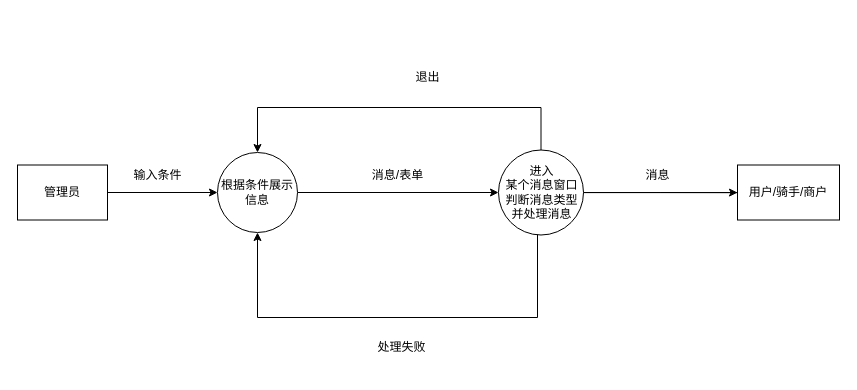
Before: page "管理员目标系统模型" (3 of 14) of Untitled Diagram.drawio in czely/czely.github.io, a draw.io diagram. Source tidied: cells renumbered, new cells numbered last; positions are measured from the earlier drawing's top-left corner, leaving out a move shared by most shapes. Both pictures are drawn from the tidied source at 100%, with x=0, y=0 at pixel (17, 67).
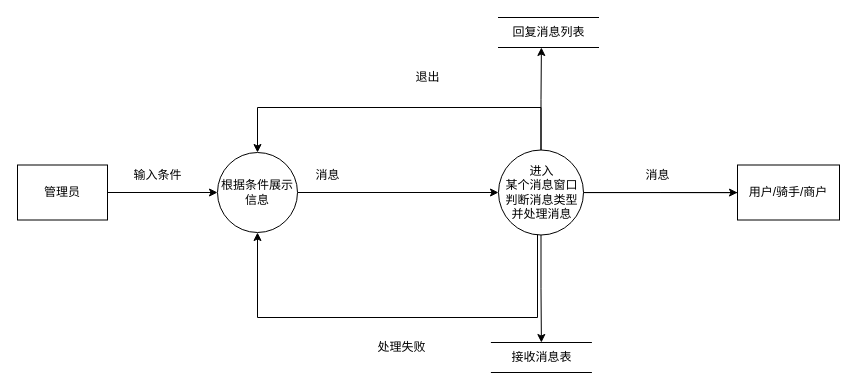
The same diagram, later.

The change refers to these unchanged cells:
```xml
<mxCell id="13" value="进入&lt;br&gt;某个消息窗口&lt;br&gt;判断消息类型&lt;br&gt;并处理消息" style="shape=ellipse;html=1;dashed=0;whitespace=wrap;perimeter=ellipsePerimeter;" parent="1" vertex="1">
  <mxGeometry x="481" y="82.5" width="85" height="85" as="geometry" />
</mxCell>
```

What changed in the source:
```diff
@@
+    <mxCell id="16" style="edgeStyle=orthogonalEdgeStyle;rounded=0;jettySize=auto;html=1;exitX=0.5;exitY=1;exitDx=0;exitDy=0;" parent="1" edge="1" source="13" target="18">
+      <mxGeometry relative="1" as="geometry" />
+    </mxCell>
+    <mxCell id="17" style="edgeStyle=orthogonalEdgeStyle;rounded=0;jettySize=auto;html=1;exitX=0.5;exitY=0;exitDx=0;exitDy=0;" parent="1" edge="1" source="13">
+      <mxGeometry relative="1" as="geometry">
+        <mxPoint x="523.9" y="-20" as="targetPoint" />
+      </mxGeometry>
+    </mxCell>
@@
-    <mxCell id="14" value="消息/表单" style="text;html=1;align=center;verticalAlign=middle;" parent="1" vertex="1">
-      <mxGeometry x="345" y="97.5" width="70" height="20" as="geometry" />
+    <mxCell id="14" value="消息" style="text;html=1;align=center;verticalAlign=middle;" parent="1" vertex="1">
+      <mxGeometry x="290" y="97.5" width="40" height="20" as="geometry" />
     </mxCell>
@@
+    <mxCell id="18" value="接收消息表" style="html=1;dashed=0;whitespace=wrap;shape=partialRectangle;right=0;left=0;" parent="1" vertex="1">
+      <mxGeometry x="473.9" y="275" width="100" height="30" as="geometry" />
+    </mxCell>
+    <mxCell id="19" value="回复消息列表" style="html=1;dashed=0;whitespace=wrap;shape=partialRectangle;right=0;left=0;" parent="1" vertex="1">
+      <mxGeometry x="481" y="-50" width="100" height="30" as="geometry" />
+    </mxCell>
```
